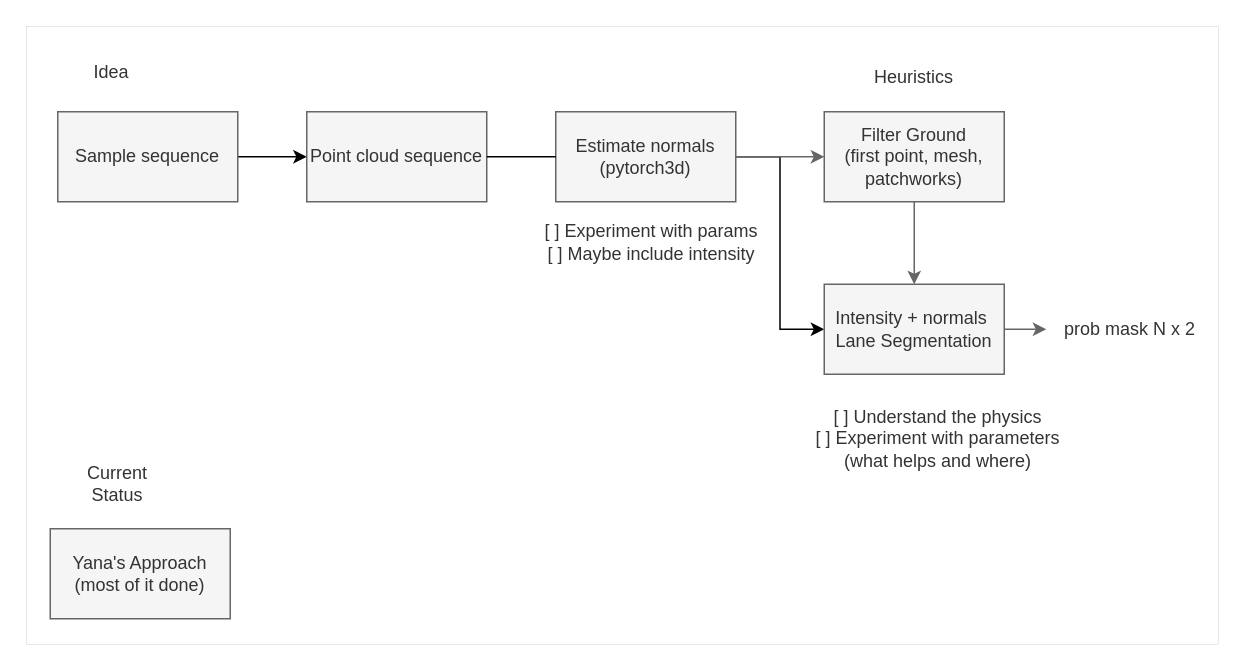
Before: schemes/segmentation.drawio in ctu-vras/Lane-extraction, a draw.io diagram. Source tidied: cells renumbered, new cells numbered last; positions are measured from the earlier drawing's top-left corner, leaving out a move shared by most shapes. Both pictures are drawn from the tidied source at 150%, with x=0, y=0 at pixel (26, 26).
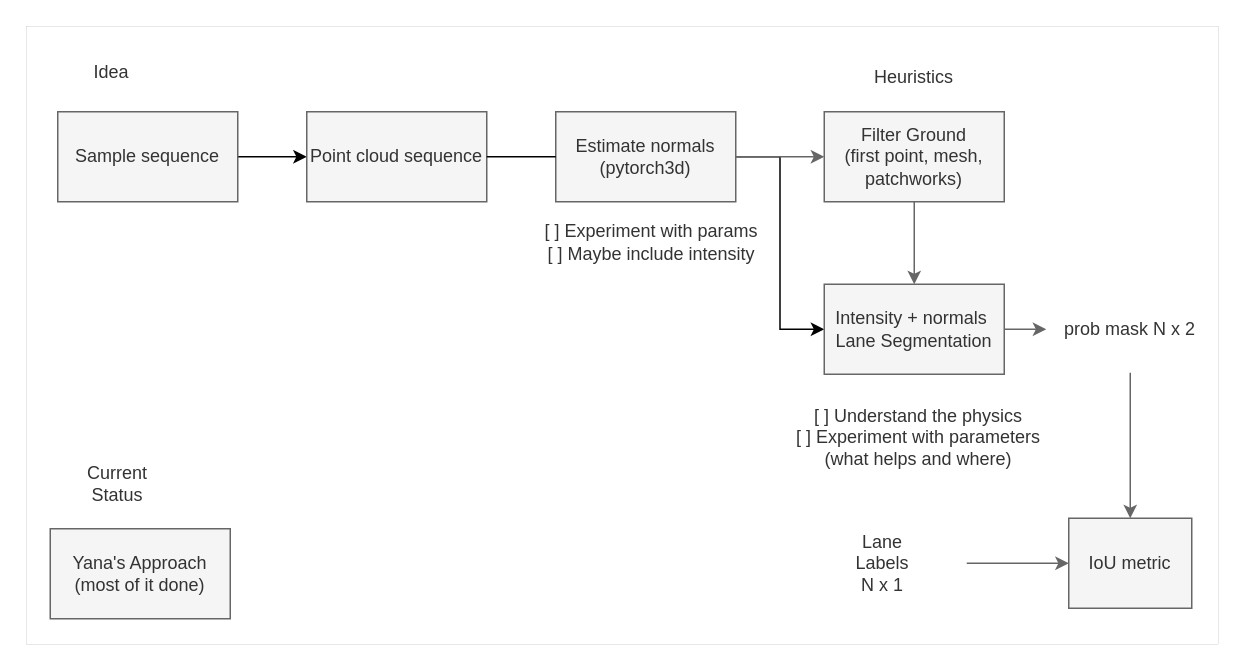
The same page after the edit.

Unchanged cells that the change refers to:
```xml
<mxCell id="15" value="prob mask N x 2" style="text;html=1;strokeColor=none;fillColor=none;align=center;verticalAlign=middle;whiteSpace=wrap;rounded=0;fontFamily=Helvetica;fontSize=12;fontColor=#333333;" parent="1" vertex="1">
  <mxGeometry x="680" y="173" width="112" height="58" as="geometry" />
</mxCell>
```

Diff of the diagram source:
```diff
@@
     <mxCell id="14" value="[ ] Understand the physics&lt;br&gt;[ ] Experiment with parameters (what helps and where)&lt;br&gt;" style="text;html=1;strokeColor=none;fillColor=none;align=center;verticalAlign=middle;whiteSpace=wrap;rounded=0;fontFamily=Helvetica;fontSize=12;fontColor=#333333;" parent="1" vertex="1">
-      <mxGeometry x="515" y="244" width="186" height="61" as="geometry" />
+      <mxGeometry x="502" y="243" width="186" height="61" as="geometry" />
     </mxCell>
+    <mxCell id="21" style="edgeStyle=orthogonalEdgeStyle;rounded=0;jettySize=auto;html=1;entryX=0.5;entryY=0;entryDx=0;entryDy=0;fillColor=#f5f5f5;strokeColor=#666666;" parent="1" edge="1" source="15" target="22">
+      <mxGeometry relative="1" as="geometry" />
+    </mxCell>
@@
+    <mxCell id="22" value="IoU metric" style="rounded=0;whiteSpace=wrap;html=1;fillColor=#f5f5f5;fontColor=#333333;strokeColor=#666666;" parent="1" vertex="1">
+      <mxGeometry x="695" y="328" width="82" height="60" as="geometry" />
+    </mxCell>
+    <mxCell id="23" style="edgeStyle=orthogonalEdgeStyle;rounded=0;jettySize=auto;html=1;entryX=0;entryY=0.5;entryDx=0;entryDy=0;fillColor=#f5f5f5;strokeColor=#666666;" parent="1" edge="1" source="24" target="22">
+      <mxGeometry relative="1" as="geometry" />
+    </mxCell>
+    <mxCell id="24" value="Lane&lt;br&gt;Labels&lt;br&gt;N x 1" style="text;html=1;strokeColor=none;fillColor=none;align=center;verticalAlign=middle;whiteSpace=wrap;rounded=0;fontFamily=Helvetica;fontSize=12;fontColor=#333333;" parent="1" vertex="1">
+      <mxGeometry x="515" y="329" width="112" height="58" as="geometry" />
+    </mxCell>
```
